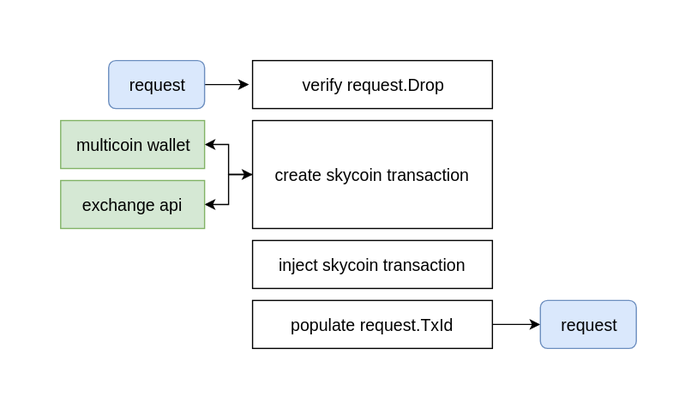
Earlier version of the draw.io export img/sender.svg (skycoin-karl/teller). Source tidied: cells renumbered, new cells last; positions are measured from the earlier drawing's top-left corner, leaving out a move shared by most shapes.
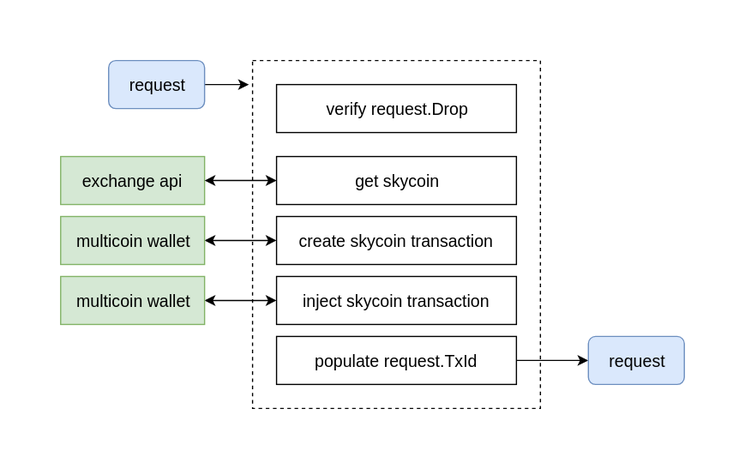
After the change.

What changed in the source:
```diff
@@ -2,43 +2,55 @@
   <root>
     <mxCell id="0" />
     <mxCell id="1" parent="0" />
-    <mxCell id="2" style="edgeStyle=none;rounded=0;html=1;exitX=1;exitY=0.5;entryX=-0.012;entryY=0.087;entryPerimeter=0;startArrow=none;startFill=0;endArrow=classic;endFill=1;jettySize=auto;strokeColor=#000000;fontSize=14;" parent="1" edge="1" source="3">
-      <mxGeometry relative="1" as="geometry">
-        <mxPoint x="157" y="20" as="targetPoint" />
-      </mxGeometry>
+    <mxCell id="2" style="rounded=0;whiteSpace=wrap;html=1;strokeColor=#000000;fillColor=none;fontSize=14;align=center;dashed=1;" parent="1" vertex="1">
+      <mxGeometry x="160" width="240" height="290" as="geometry" />
     </mxCell>
-    <mxCell id="3" value="request" style="rounded=1;whiteSpace=wrap;html=1;strokeColor=#6c8ebf;fillColor=#dae8fc;fontSize=14;align=center;" parent="1" vertex="1">
-      <mxGeometry x="40" width="80" height="40" as="geometry" />
+    <mxCell id="3" style="edgeStyle=none;rounded=0;html=1;exitX=1;exitY=0.5;entryX=-0.012;entryY=0.087;entryPerimeter=0;startArrow=none;startFill=0;endArrow=classic;endFill=1;jettySize=auto;strokeColor=#000000;fontSize=14;" parent="1" edge="1" source="4">
+      <mxGeometry relative="1" as="geometry">
+        <mxPoint x="157" y="20" as="targetPoint" />
+      </mxGeometry>
     </mxCell>
-    <mxCell id="4" value="verify request.Drop" style="rounded=0;whiteSpace=wrap;html=1;strokeColor=#000000;fillColor=#ffffff;fontSize=14;align=center;" parent="1" vertex="1">
-      <mxGeometry x="160" width="200" height="40" as="geometry" />
+    <mxCell id="4" value="request" style="rounded=1;whiteSpace=wrap;html=1;strokeColor=#6c8ebf;fillColor=#dae8fc;fontSize=14;align=center;" parent="1" vertex="1">
+      <mxGeometry x="40" width="80" height="40" as="geometry" />
     </mxCell>
-    <mxCell id="5" style="rounded=0;html=1;exitX=0;exitY=0.5;entryX=1;entryY=0.5;startArrow=none;startFill=0;endArrow=classic;endFill=1;jettySize=auto;strokeColor=#000000;fontSize=14;edgeStyle=orthogonalEdgeStyle;" parent="1" edge="1" source="7" target="11">
-      <mxGeometry relative="1" as="geometry" />
+    <mxCell id="5" value="verify request.Drop" style="rounded=0;whiteSpace=wrap;html=1;strokeColor=#000000;fillColor=#ffffff;fontSize=14;align=center;" parent="1" vertex="1">
+      <mxGeometry x="180" y="20" width="200" height="40" as="geometry" />
     </mxCell>
-    <mxCell id="6" style="edgeStyle=orthogonalEdgeStyle;rounded=0;html=1;exitX=0;exitY=0.5;entryX=1;entryY=0.5;startArrow=classic;startFill=1;endArrow=classic;endFill=1;jettySize=auto;strokeColor=#000000;fontSize=14;" parent="1" edge="1" source="7" target="12">
+    <mxCell id="6" style="rounded=0;html=1;exitX=0;exitY=0.5;entryX=1;entryY=0.5;startArrow=classic;startFill=1;endArrow=classic;endFill=1;jettySize=auto;strokeColor=#000000;fontSize=14;edgeStyle=orthogonalEdgeStyle;" parent="1" edge="1" source="7" target="12">
       <mxGeometry relative="1" as="geometry" />
     </mxCell>
     <mxCell id="7" value="create skycoin transaction" style="rounded=0;whiteSpace=wrap;html=1;strokeColor=#000000;fillColor=#ffffff;fontSize=14;align=center;" parent="1" vertex="1">
-      <mxGeometry x="160" y="50" width="200" height="90" as="geometry" />
+      <mxGeometry x="180" y="130" width="200" height="40" as="geometry" />
     </mxCell>
-    <mxCell id="8" value="inject skycoin transaction" style="rounded=0;whiteSpace=wrap;html=1;strokeColor=#000000;fillColor=#ffffff;fontSize=14;align=center;" parent="1" vertex="1">
-      <mxGeometry x="160" y="150" width="200" height="40" as="geometry" />
+    <mxCell id="8" style="edgeStyle=orthogonalEdgeStyle;rounded=0;html=1;exitX=0;exitY=0.5;entryX=1;entryY=0.5;startArrow=classic;startFill=1;endArrow=classic;endFill=1;jettySize=auto;strokeColor=#000000;fontSize=14;" parent="1" edge="1" source="9" target="15">
+      <mxGeometry relative="1" as="geometry" />
     </mxCell>
-    <mxCell id="9" style="edgeStyle=orthogonalEdgeStyle;rounded=0;html=1;exitX=1;exitY=0.5;entryX=0;entryY=0.5;startArrow=none;startFill=0;endArrow=classic;endFill=1;jettySize=auto;strokeColor=#000000;fontSize=14;" parent="1" edge="1" source="10" target="13">
-      <mxGeometry relative="1" as="geometry" />
+    <mxCell id="9" value="inject skycoin transaction" style="rounded=0;whiteSpace=wrap;html=1;strokeColor=#000000;fillColor=#ffffff;fontSize=14;align=center;" parent="1" vertex="1">
+      <mxGeometry x="180" y="180" width="200" height="40" as="geometry" />
     </mxCell>
-    <mxCell id="10" value="populate request.TxId" style="rounded=0;whiteSpace=wrap;html=1;strokeColor=#000000;fillColor=#ffffff;fontSize=14;align=center;" parent="1" vertex="1">
-      <mxGeometry x="160" y="200" width="200" height="40" as="geometry" />
+    <mxCell id="10" style="edgeStyle=orthogonalEdgeStyle;rounded=0;html=1;exitX=1;exitY=0.5;entryX=0;entryY=0.5;startArrow=none;startFill=0;endArrow=classic;endFill=1;jettySize=auto;strokeColor=#000000;fontSize=14;" parent="1" edge="1" source="11" target="14">
+      <mxGeometry relative="1" as="geometry" />
     </mxCell>
-    <mxCell id="11" value="multicoin wallet" style="rounded=0;whiteSpace=wrap;html=1;strokeColor=#82b366;fillColor=#d5e8d4;fontSize=14;align=center;" parent="1" vertex="1">
-      <mxGeometry y="50" width="120" height="40" as="geometry" />
+    <mxCell id="11" value="populate request.TxId" style="rounded=0;whiteSpace=wrap;html=1;strokeColor=#000000;fillColor=#ffffff;fontSize=14;align=center;" parent="1" vertex="1">
+      <mxGeometry x="180" y="230" width="200" height="40" as="geometry" />
     </mxCell>
-    <mxCell id="12" value="exchange api" style="rounded=0;whiteSpace=wrap;html=1;strokeColor=#82b366;fillColor=#d5e8d4;fontSize=14;align=center;" parent="1" vertex="1">
-      <mxGeometry y="100" width="120" height="40" as="geometry" />
+    <mxCell id="12" value="multicoin wallet" style="rounded=0;whiteSpace=wrap;html=1;strokeColor=#82b366;fillColor=#d5e8d4;fontSize=14;align=center;" parent="1" vertex="1">
+      <mxGeometry y="130" width="120" height="40" as="geometry" />
     </mxCell>
-    <mxCell id="13" value="request" style="rounded=1;whiteSpace=wrap;html=1;strokeColor=#6c8ebf;fillColor=#dae8fc;fontSize=14;align=center;" parent="1" vertex="1">
-      <mxGeometry x="400" y="200" width="80" height="40" as="geometry" />
+    <mxCell id="13" value="exchange api" style="rounded=0;whiteSpace=wrap;html=1;strokeColor=#82b366;fillColor=#d5e8d4;fontSize=14;align=center;" parent="1" vertex="1">
+      <mxGeometry y="80" width="120" height="40" as="geometry" />
     </mxCell>
+    <mxCell id="14" value="request" style="rounded=1;whiteSpace=wrap;html=1;strokeColor=#6c8ebf;fillColor=#dae8fc;fontSize=14;align=center;" parent="1" vertex="1">
+      <mxGeometry x="440" y="230" width="80" height="40" as="geometry" />
+    </mxCell>
+    <mxCell id="15" value="multicoin wallet" style="rounded=0;whiteSpace=wrap;html=1;strokeColor=#82b366;fillColor=#d5e8d4;fontSize=14;align=center;" parent="1" vertex="1">
+      <mxGeometry y="180" width="120" height="40" as="geometry" />
+    </mxCell>
+    <mxCell id="16" style="edgeStyle=orthogonalEdgeStyle;rounded=0;html=1;exitX=0;exitY=0.5;entryX=1;entryY=0.5;startArrow=classic;startFill=1;endArrow=classic;endFill=1;jettySize=auto;strokeColor=#000000;fontSize=14;" parent="1" edge="1" source="17" target="13">
+      <mxGeometry relative="1" as="geometry" />
+    </mxCell>
+    <mxCell id="17" value="get skycoin" style="rounded=0;whiteSpace=wrap;html=1;strokeColor=#000000;fillColor=#ffffff;fontSize=14;align=center;" parent="1" vertex="1">
+      <mxGeometry x="180" y="80" width="200" height="40" as="geometry" />
+    </mxCell>
   </root>
 </mxGraphModel>
```
